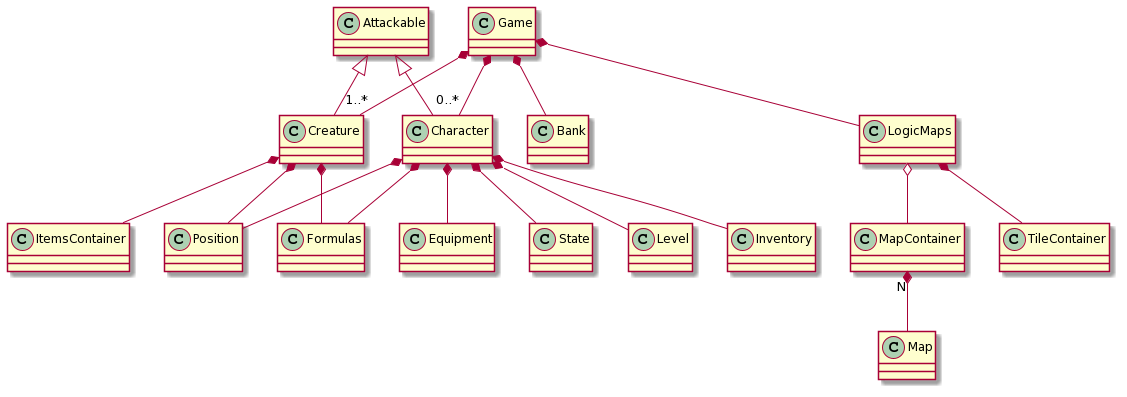
Above: docs/assets/reference_manual/server/game.png in mauro7x/argentum (PlantUML), before the change.
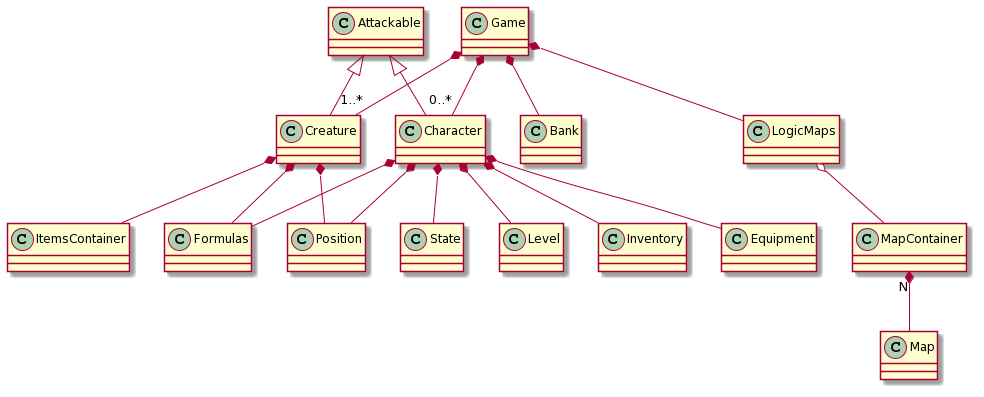
Above is the later version.

Commit message:
modifique un error del diagrama

The edit, as a diff of the source:
```diff
@@ -14,7 +14,6 @@
 Creature *-- Position
 Creature *-- Formulas
 Creature *-- ItemsContainer
-LogicMaps *-- TileContainer
 LogicMaps o-- MapContainer
 MapContainer "N" *-- Map
 @enduml
```
